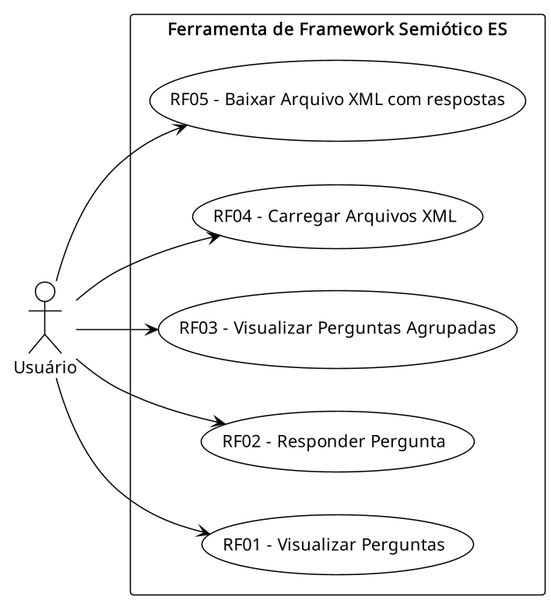
This is out/docs/requirements/use_cases/use_cases.png from auri-gabriel/semiotic-framework-tool, a PlantUML export, as it was before one commit.
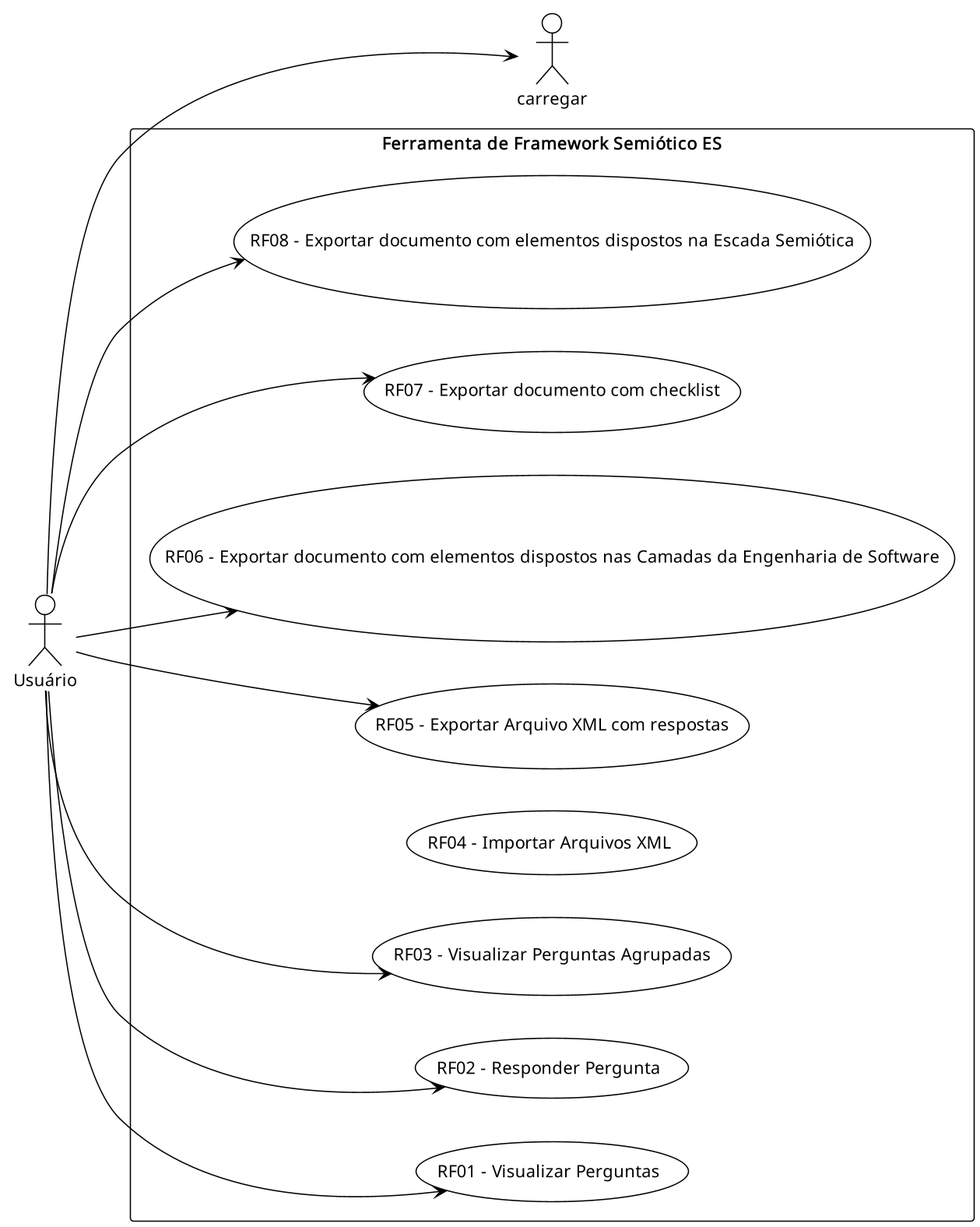
After the commit.

Commit message:
refactor: update use cases diagram and add new export functionalities

Diff of the diagram source:
```diff
@@ -9,8 +9,11 @@
     (RF01 - Visualizar Perguntas) as visualizar
     (RF02 - Responder Pergunta) as responder
     (RF03 - Visualizar Perguntas Agrupadas) as agrupar
-    (RF04 - Carregar Arquivos XML) as carregar
-    (RF05 - Baixar Arquivo XML com respostas) as salvar
+    (RF04 - Importar Arquivos XML) as importar
+    (RF05 - Exportar Arquivo XML com respostas) as salvar
+    (RF06 - Exportar documento com elementos dispostos nas Camadas da Engenharia de Software) as camadas
+    (RF07 - Exportar documento com checklist) as checklist
+    (RF08 - Exportar documento com elementos dispostos na Escada Semiótica) as escada
 }
 
 Usuário --> visualizar
@@ -18,5 +21,8 @@
 Usuário --> agrupar
 Usuário --> carregar
 Usuário --> salvar
+Usuário --> camadas
+Usuário --> checklist
+Usuário --> escada
 
 @enduml
```
